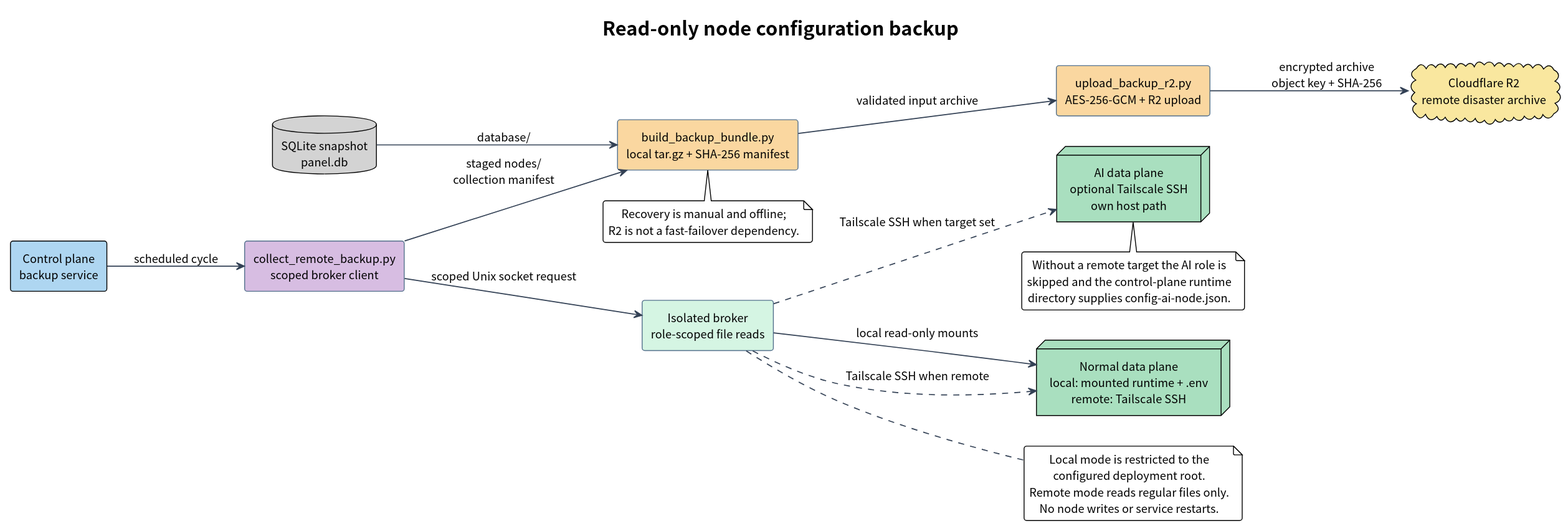
The PlantUML diagram docs/diagrams/remote-backup-flow.svg in i-zrhe2016/ai-routing-panel, before a commit.
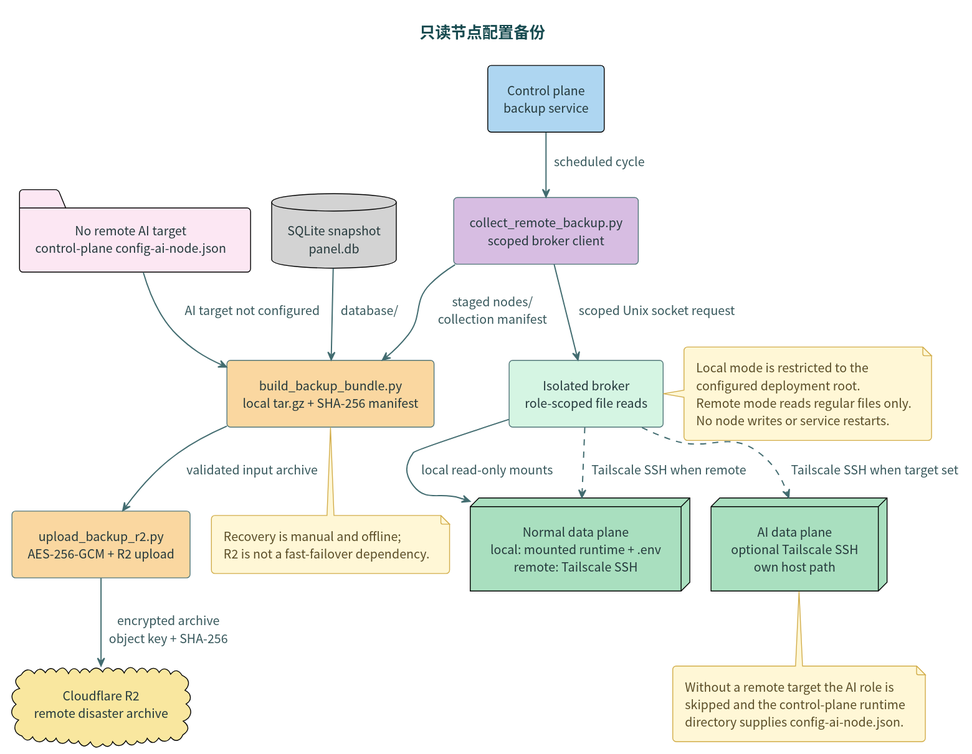
After the change.

What changed in the source:
```diff
@@ -1,13 +1,14 @@
 @startuml
 !include style.iuml
-title Read-only node configuration backup
-left to right direction
+title 只读节点配置备份
+top to bottom direction
 
 rectangle "Control plane\nbackup service" as control #AED6F1
 component "collect_remote_backup.py\nscoped broker client" as collector #D7BDE2
 component "Isolated broker\nrole-scoped file reads" as broker #D5F5E3
 node "Normal data plane\nlocal: mounted runtime + .env\nremote: Tailscale SSH" as normal #A9DFBF
 node "AI data plane\noptional Tailscale SSH\nown host path" as ai #A9DFBF
+folder "No remote AI target\ncontrol-plane config-ai-node.json" as localAI #FCE7F3
 component "build_backup_bundle.py\nlocal tar.gz + SHA-256 manifest" as bundle #FAD7A0
 component "upload_backup_r2.py\nAES-256-GCM + R2 upload" as uploader #FAD7A0
 cloud "Cloudflare R2\nremote disaster archive" as r2 #F9E79F
@@ -19,6 +20,7 @@
 broker ..> normal : Tailscale SSH when remote
 broker ..> ai : Tailscale SSH when target set
 collector --> bundle : staged nodes/\ncollection manifest
+localAI --> bundle : AI target not configured
 db --> bundle : database/
 bundle --> uploader : validated input archive
 uploader --> r2 : encrypted archive\nobject key + SHA-256
```
